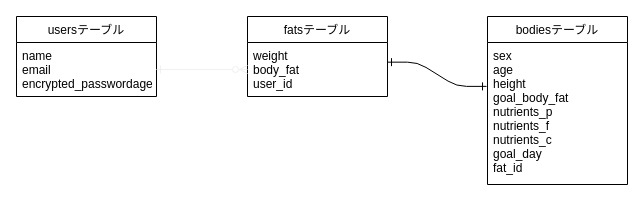
Above: designdb.dio in HSKINK/bodyrecord (draw.io), before the change. Source tidied: cells renumbered, new cells numbered last; positions are measured from the earlier drawing's top-left corner, leaving out a move shared by most shapes. Both pictures are drawn from the tidied source at 100%, with x=0, y=0 at pixel (16, 16).
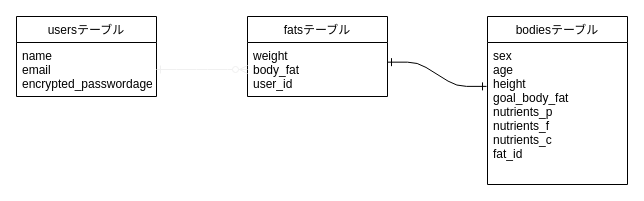
The same page after the edit.

Change to the diagram source:
```diff
@@
 <mxGraphModel>
   <root>
     <mxCell id="0" />
     <mxCell id="1" parent="0" />
     <mxCell id="2" value="usersテーブル" style="swimlane;fontStyle=0;horizontal=1;startSize=26;" parent="1" vertex="1">
       <mxGeometry width="140" height="80" as="geometry" />
     </mxCell>
     <mxCell id="3" value="fatsテーブル" style="swimlane;fontStyle=0;horizontal=1;startSize=26;" parent="1" vertex="1">
       <mxGeometry x="231" width="140" height="80" as="geometry" />
     </mxCell>
     <mxCell id="4" value="weight&#10;body_fat&#10;user_id" style="text;strokeColor=none;fillColor=none;align=left;verticalAlign=top;spacingLeft=4;spacingRight=4;overflow=hidden;points=[[0,0.5],[1,0.5]];portConstraint=eastwest;" parent="3" vertex="1">
       <mxGeometry y="26" width="140" height="54" as="geometry" />
     </mxCell>
     <mxCell id="5" value="bodiesテーブル" style="swimlane;fontStyle=0;horizontal=1;startSize=26;" parent="1" vertex="1">
       <mxGeometry x="471" width="140" height="168" as="geometry" />
     </mxCell>
-    <mxCell id="6" value="sex&#10;age&#10;height&#10;goal_body_fat&#10;nutrients_p&#10;nutrients_f&#10;nutrients_c&#10;goal_day&#10;fat_id" style="text;strokeColor=none;fillColor=none;align=left;verticalAlign=top;spacingLeft=4;spacingRight=4;overflow=hidden;points=[[0,0.5],[1,0.5]];portConstraint=eastwest;" parent="5" vertex="1">
+    <mxCell id="6" value="sex&#10;age&#10;height&#10;goal_body_fat&#10;nutrients_p&#10;nutrients_f&#10;nutrients_c&#10;fat_id" style="text;strokeColor=none;fillColor=none;align=left;verticalAlign=top;spacingLeft=4;spacingRight=4;overflow=hidden;points=[[0,0.5],[1,0.5]];portConstraint=eastwest;" parent="5" vertex="1">
       <mxGeometry y="26" width="140" height="142" as="geometry" />
     </mxCell>
     <mxCell id="7" style="edgeStyle=entityRelationEdgeStyle;fontSize=12;html=1;endArrow=ERone;endFill=0;targetPerimeterSpacing=0;sourcePerimeterSpacing=0;startArrow=ERone;startFill=0;entryX=-0.007;entryY=0.309;entryDx=0;entryDy=0;entryPerimeter=0;exitX=1;exitY=0.364;exitDx=0;exitDy=0;exitPerimeter=0;" parent="1" edge="1" source="4" target="6">
       <mxGeometry relative="1" as="geometry" />
     </mxCell>
     <mxCell id="8" value="name&#10;email&#10;encrypted_passwordage" style="text;strokeColor=none;fillColor=none;align=left;verticalAlign=top;spacingLeft=4;spacingRight=4;overflow=hidden;points=[[0,0.5],[1,0.5]];portConstraint=eastwest;" parent="1" vertex="1">
       <mxGeometry y="26" width="140" height="54" as="geometry" />
     </mxCell>
     <mxCell id="9" style="edgeStyle=entityRelationEdgeStyle;fontSize=12;html=1;endArrow=ERzeroToMany;sourcePerimeterSpacing=0;targetPerimeterSpacing=0;strokeColor=#f0f0f0;entryX=0;entryY=0.5;entryDx=0;entryDy=0;exitX=1;exitY=0.5;exitDx=0;exitDy=0;startArrow=ERone;startFill=0;endFill=1;" parent="1" edge="1" source="8" target="4">
       <mxGeometry relative="1" as="geometry" />
     </mxCell>
   </root>
 </mxGraphModel>
```
